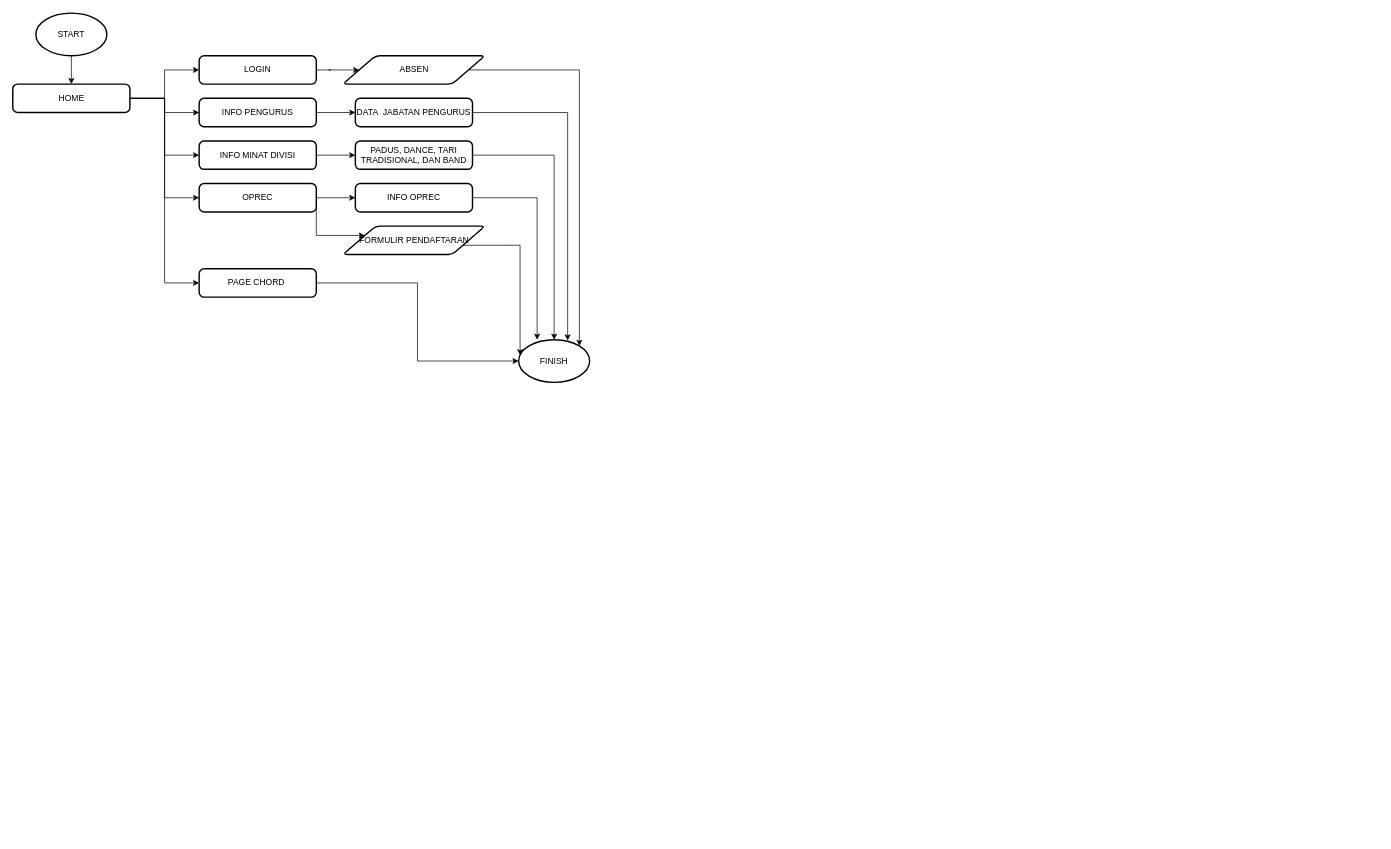
Above: page "Page-1" (1 of 2) of Draw io/flowchart user.drawio in lelymaria/DATA-PROYEK-2 (draw.io), before the change. Source tidied: cells renumbered, new cells numbered last; positions are measured from the earlier drawing's top-left corner, leaving out a move shared by most shapes. Both pictures are drawn from the tidied source at 71%, with x=0, y=0 at pixel (13, 13).
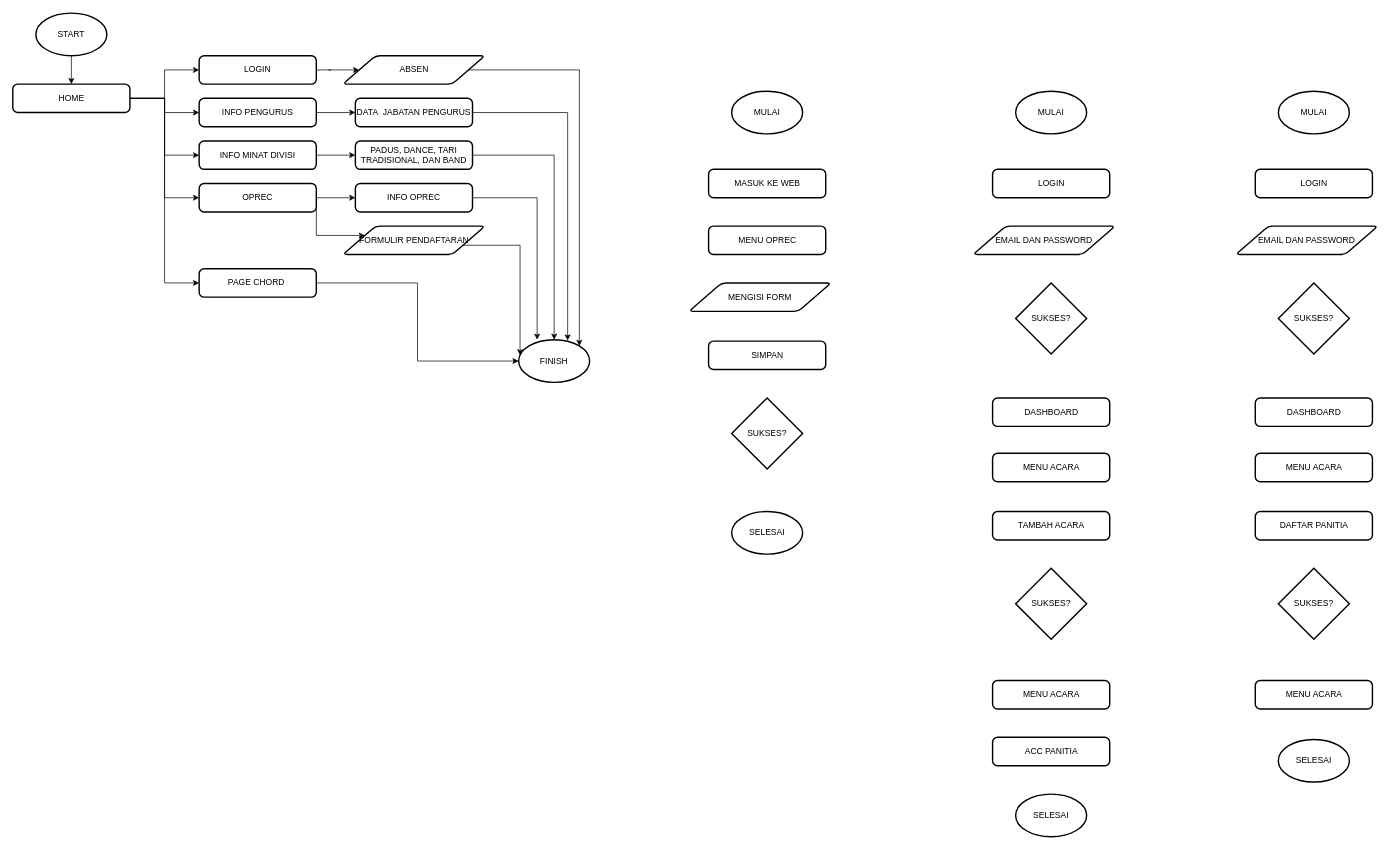
After the change.

Diff of the diagram source:
```diff
@@
+    <mxCell id="32" value="MULAI" style="strokeWidth=2;html=1;shape=mxgraph.flowchart.start_1;whiteSpace=wrap;" parent="1" vertex="1">
+      <mxGeometry x="1012" y="110" width="100" height="60" as="geometry" />
+    </mxCell>
+    <mxCell id="33" value="MULAI" style="strokeWidth=2;html=1;shape=mxgraph.flowchart.start_1;whiteSpace=wrap;" parent="1" vertex="1">
+      <mxGeometry x="1412" y="110" width="100" height="60" as="geometry" />
+    </mxCell>
+    <mxCell id="34" value="MULAI" style="strokeWidth=2;html=1;shape=mxgraph.flowchart.start_1;whiteSpace=wrap;" parent="1" vertex="1">
+      <mxGeometry x="1782" y="110" width="100" height="60" as="geometry" />
+    </mxCell>
+    <mxCell id="35" value="MASUK KE WEB" style="rounded=1;whiteSpace=wrap;html=1;absoluteArcSize=1;arcSize=14;strokeWidth=2;" parent="1" vertex="1">
+      <mxGeometry x="979.5" y="220" width="165" height="40" as="geometry" />
+    </mxCell>
+    <mxCell id="36" value="SIMPAN" style="rounded=1;whiteSpace=wrap;html=1;absoluteArcSize=1;arcSize=14;strokeWidth=2;" parent="1" vertex="1">
+      <mxGeometry x="979.5" y="462" width="165" height="40" as="geometry" />
+    </mxCell>
+    <mxCell id="37" value="MENU OPREC" style="rounded=1;whiteSpace=wrap;html=1;absoluteArcSize=1;arcSize=14;strokeWidth=2;" parent="1" vertex="1">
+      <mxGeometry x="979.5" y="300" width="165" height="40" as="geometry" />
+    </mxCell>
+    <mxCell id="38" value="SELESAI" style="strokeWidth=2;html=1;shape=mxgraph.flowchart.start_1;whiteSpace=wrap;" parent="1" vertex="1">
+      <mxGeometry x="1012" y="702" width="100" height="60" as="geometry" />
+    </mxCell>
+    <mxCell id="39" value="SUKSES?" style="strokeWidth=2;html=1;shape=mxgraph.flowchart.decision;whiteSpace=wrap;" parent="1" vertex="1">
+      <mxGeometry x="1012" y="542" width="100" height="100" as="geometry" />
+    </mxCell>
+    <mxCell id="40" value="MENGISI FORM" style="shape=parallelogram;html=1;strokeWidth=2;perimeter=parallelogramPerimeter;whiteSpace=wrap;rounded=1;arcSize=12;size=0.23;" parent="1" vertex="1">
+      <mxGeometry x="952" y="380" width="200" height="40" as="geometry" />
+    </mxCell>
+    <mxCell id="41" value="LOGIN" style="rounded=1;whiteSpace=wrap;html=1;absoluteArcSize=1;arcSize=14;strokeWidth=2;" parent="1" vertex="1">
+      <mxGeometry x="1379.5" y="220" width="165" height="40" as="geometry" />
+    </mxCell>
+    <mxCell id="42" value="EMAIL DAN PASSWORD" style="shape=parallelogram;html=1;strokeWidth=2;perimeter=parallelogramPerimeter;whiteSpace=wrap;rounded=1;arcSize=12;size=0.23;" parent="1" vertex="1">
+      <mxGeometry x="1352" y="300" width="200" height="40" as="geometry" />
+    </mxCell>
+    <mxCell id="43" value="SUKSES?" style="strokeWidth=2;html=1;shape=mxgraph.flowchart.decision;whiteSpace=wrap;" parent="1" vertex="1">
+      <mxGeometry x="1412" y="380" width="100" height="100" as="geometry" />
+    </mxCell>
+    <mxCell id="44" value="DASHBOARD" style="rounded=1;whiteSpace=wrap;html=1;absoluteArcSize=1;arcSize=14;strokeWidth=2;" parent="1" vertex="1">
+      <mxGeometry x="1379.5" y="542" width="165" height="40" as="geometry" />
+    </mxCell>
+    <mxCell id="45" value="MENU ACARA" style="rounded=1;whiteSpace=wrap;html=1;absoluteArcSize=1;arcSize=14;strokeWidth=2;" parent="1" vertex="1">
+      <mxGeometry x="1379.5" y="620" width="165" height="40" as="geometry" />
+    </mxCell>
+    <mxCell id="46" value="TAMBAH ACARA" style="rounded=1;whiteSpace=wrap;html=1;absoluteArcSize=1;arcSize=14;strokeWidth=2;" parent="1" vertex="1">
+      <mxGeometry x="1379.5" y="702" width="165" height="40" as="geometry" />
+    </mxCell>
+    <mxCell id="47" value="SUKSES?" style="strokeWidth=2;html=1;shape=mxgraph.flowchart.decision;whiteSpace=wrap;" parent="1" vertex="1">
+      <mxGeometry x="1412" y="782" width="100" height="100" as="geometry" />
+    </mxCell>
+    <mxCell id="48" value="MENU ACARA" style="rounded=1;whiteSpace=wrap;html=1;absoluteArcSize=1;arcSize=14;strokeWidth=2;" parent="1" vertex="1">
+      <mxGeometry x="1379.5" y="940" width="165" height="40" as="geometry" />
+    </mxCell>
+    <mxCell id="49" value="ACC PANITIA" style="rounded=1;whiteSpace=wrap;html=1;absoluteArcSize=1;arcSize=14;strokeWidth=2;" parent="1" vertex="1">
+      <mxGeometry x="1379.5" y="1020" width="165" height="40" as="geometry" />
+    </mxCell>
+    <mxCell id="50" value="SELESAI" style="strokeWidth=2;html=1;shape=mxgraph.flowchart.start_1;whiteSpace=wrap;" parent="1" vertex="1">
+      <mxGeometry x="1412" y="1100" width="100" height="60" as="geometry" />
+    </mxCell>
+    <mxCell id="51" value="LOGIN" style="rounded=1;whiteSpace=wrap;html=1;absoluteArcSize=1;arcSize=14;strokeWidth=2;" parent="1" vertex="1">
+      <mxGeometry x="1749.5" y="220" width="165" height="40" as="geometry" />
+    </mxCell>
+    <mxCell id="52" value="SUKSES?" style="strokeWidth=2;html=1;shape=mxgraph.flowchart.decision;whiteSpace=wrap;" parent="1" vertex="1">
+      <mxGeometry x="1782" y="380" width="100" height="100" as="geometry" />
+    </mxCell>
+    <mxCell id="53" value="DASHBOARD" style="rounded=1;whiteSpace=wrap;html=1;absoluteArcSize=1;arcSize=14;strokeWidth=2;" parent="1" vertex="1">
+      <mxGeometry x="1749.5" y="542" width="165" height="40" as="geometry" />
+    </mxCell>
+    <mxCell id="54" value="MENU ACARA" style="rounded=1;whiteSpace=wrap;html=1;absoluteArcSize=1;arcSize=14;strokeWidth=2;" parent="1" vertex="1">
+      <mxGeometry x="1749.5" y="620" width="165" height="40" as="geometry" />
+    </mxCell>
+    <mxCell id="55" value="DAFTAR PANITIA" style="rounded=1;whiteSpace=wrap;html=1;absoluteArcSize=1;arcSize=14;strokeWidth=2;" parent="1" vertex="1">
+      <mxGeometry x="1749.5" y="702" width="165" height="40" as="geometry" />
+    </mxCell>
+    <mxCell id="56" value="SUKSES?" style="strokeWidth=2;html=1;shape=mxgraph.flowchart.decision;whiteSpace=wrap;" parent="1" vertex="1">
+      <mxGeometry x="1782" y="782" width="100" height="100" as="geometry" />
+    </mxCell>
+    <mxCell id="57" value="MENU ACARA" style="rounded=1;whiteSpace=wrap;html=1;absoluteArcSize=1;arcSize=14;strokeWidth=2;" parent="1" vertex="1">
+      <mxGeometry x="1749.5" y="940" width="165" height="40" as="geometry" />
+    </mxCell>
+    <mxCell id="58" value="SELESAI" style="strokeWidth=2;html=1;shape=mxgraph.flowchart.start_1;whiteSpace=wrap;" parent="1" vertex="1">
+      <mxGeometry x="1782" y="1023" width="100" height="60" as="geometry" />
+    </mxCell>
+    <mxCell id="59" value="EMAIL DAN PASSWORD" style="shape=parallelogram;html=1;strokeWidth=2;perimeter=parallelogramPerimeter;whiteSpace=wrap;rounded=1;arcSize=12;size=0.23;" parent="1" vertex="1">
+      <mxGeometry x="1722" y="300" width="200" height="40" as="geometry" />
+    </mxCell>
```
